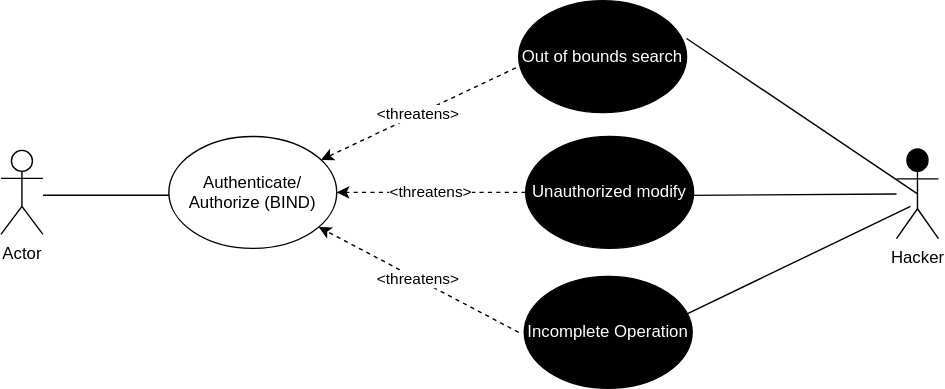
Above: Use-Misuse Case 6 -EXT.drawio.svg in bartelsjoshuac/SAPG (draw.io), before the change. Source tidied: cells renumbered, new cells last; positions are measured from the earlier drawing's top-left corner, leaving out a move shared by most shapes.
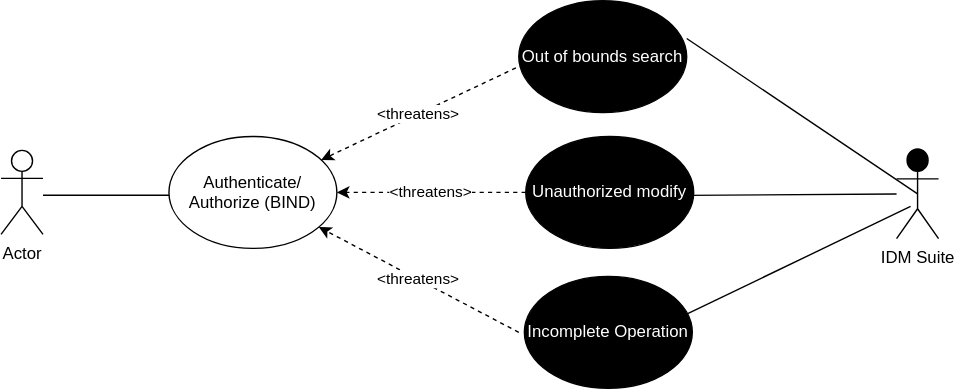
The same file after the commit.

What changed in the source:
```diff
@@ -14,7 +14,7 @@
     <mxCell id="4" value="Authenticate/&lt;br style=&quot;border-color: var(--border-color);&quot;&gt;Authorize (BIND)" style="ellipse;whiteSpace=wrap;html=1;fillColor=#FFFFFF;" parent="1" vertex="1">
       <mxGeometry x="120" y="97" width="120" height="80" as="geometry" />
     </mxCell>
-    <mxCell id="5" value="Hacker" style="shape=umlActor;verticalLabelPosition=bottom;verticalAlign=top;html=1;outlineConnect=0;fillColor=#000000;" parent="1" vertex="1">
+    <mxCell id="5" value="IDM Suite" style="shape=umlActor;verticalLabelPosition=bottom;verticalAlign=top;html=1;outlineConnect=0;fillColor=#000000;" parent="1" vertex="1">
       <mxGeometry x="640" y="106" width="30" height="64" as="geometry" />
     </mxCell>
     <mxCell id="6" value="&amp;lt;threatens&amp;gt;" style="endArrow=classic;html=1;rounded=0;exitX=0;exitY=0.5;exitDx=0;exitDy=0;dashed=1;" parent="1" edge="1" target="4">
```
